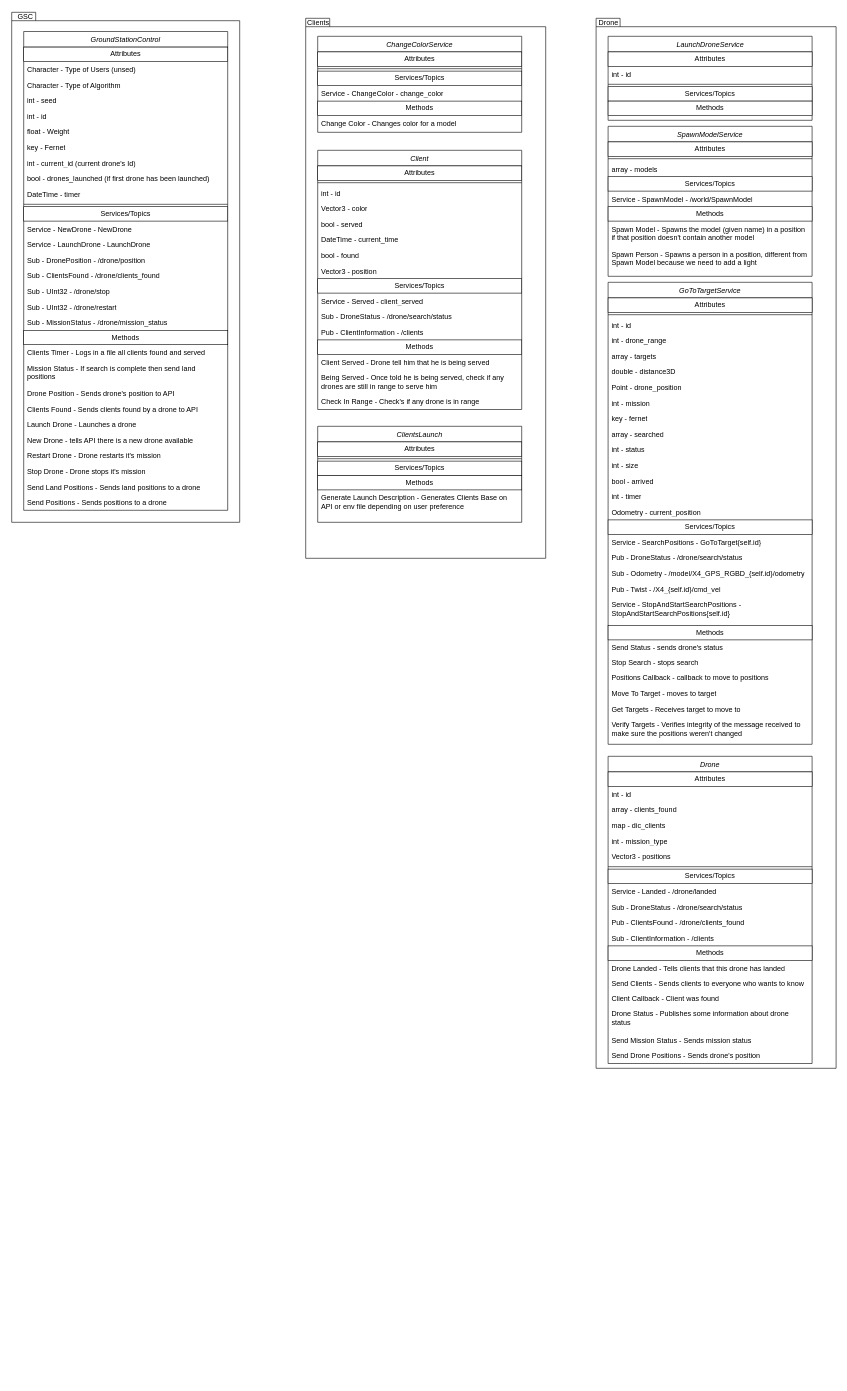
The draw.io diagram ros2.drawio in rfpg1/UML, before the edit. Source tidied: cells renumbered, new cells numbered last; positions are measured from the earlier drawing's top-left corner, leaving out a move shared by most shapes. Both pictures are drawn from the tidied source at 60%, with x=0, y=0 at pixel (10, 10).
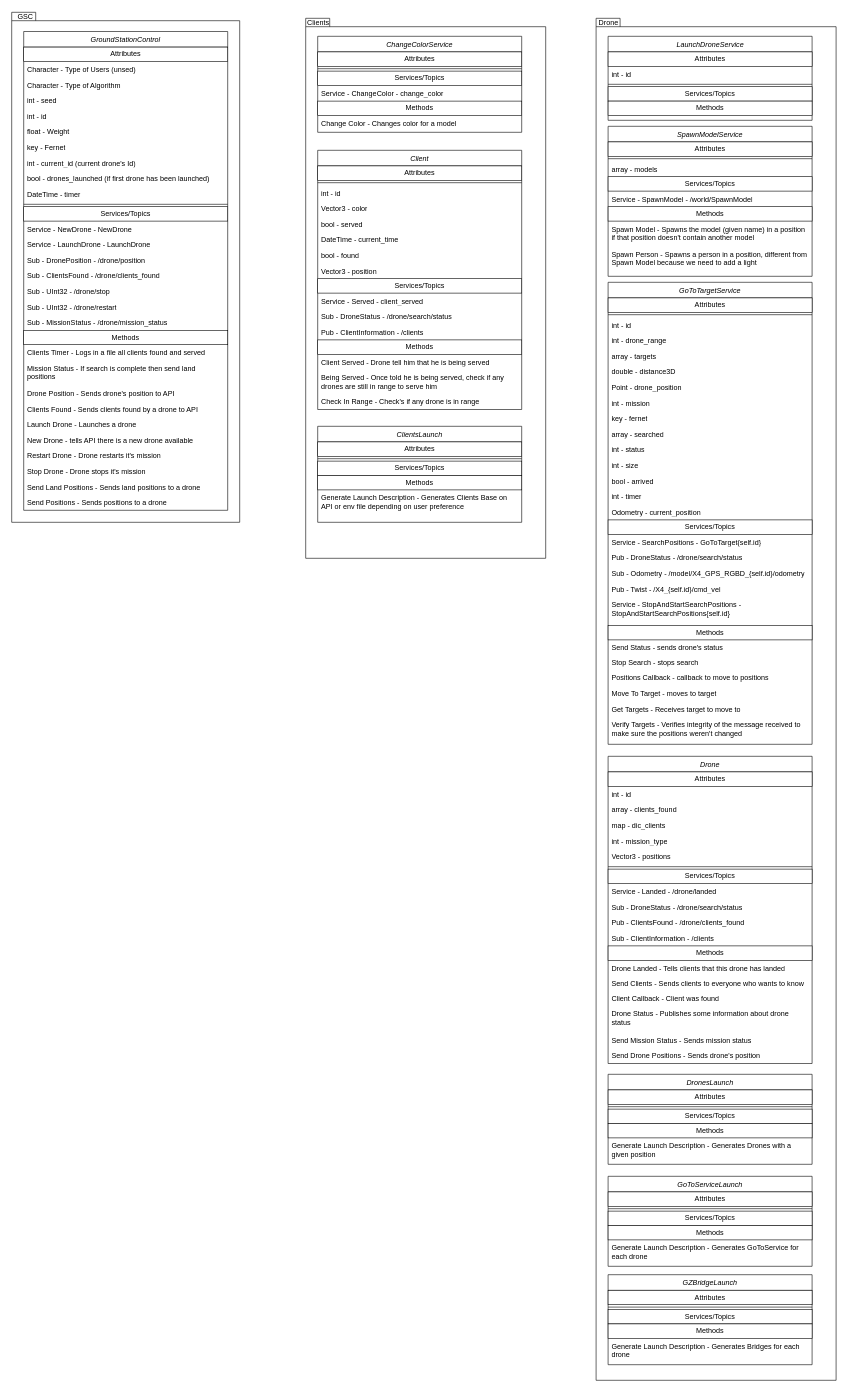
The same page after the edit.

Commit message:
Missed launches for drone

Diff of the diagram source:
```diff
@@
     <mxCell id="67" style="shape=folder;fontStyle=1;spacingTop=10;tabWidth=40;tabHeight=14;tabPosition=left;html=1;whiteSpace=wrap;fillColor=none;" parent="1" vertex="1">
-      <mxGeometry x="976" y="13" width="400" height="1750" as="geometry" />
+      <mxGeometry x="976" y="13" width="400" height="2270" as="geometry" />
     </mxCell>
@@
+    <mxCell id="133" value="DronesLaunch" style="swimlane;fontStyle=2;align=center;verticalAlign=top;horizontal=1;startSize=26;rounded=0;shadow=0;strokeWidth=1;" parent="1" vertex="1">
+      <mxGeometry x="996" y="1773" width="340" height="150" as="geometry" />
+    </mxCell>
+    <mxCell id="134" value="Attributes" style="html=1;whiteSpace=wrap;" parent="133" vertex="1">
+      <mxGeometry y="26" width="340" height="24" as="geometry" />
+    </mxCell>
+    <mxCell id="135" style="line;html=1;strokeWidth=1;align=left;verticalAlign=middle;spacingTop=-1;spacingLeft=3;spacingRight=3;labelPosition=right;" parent="133" vertex="1">
+      <mxGeometry y="50" width="340" height="8" as="geometry" />
+    </mxCell>
+    <mxCell id="136" value="Services/Topics" style="html=1;whiteSpace=wrap;" parent="133" vertex="1">
+      <mxGeometry y="58" width="340" height="24" as="geometry" />
+    </mxCell>
+    <mxCell id="137" value="Methods" style="html=1;whiteSpace=wrap;" parent="133" vertex="1">
+      <mxGeometry y="82" width="340" height="24" as="geometry" />
+    </mxCell>
+    <mxCell id="138" value="Generate Launch Description - Generates Drones with a given position" style="text;strokeColor=none;fillColor=none;align=left;verticalAlign=top;spacingLeft=4;spacingRight=4;overflow=hidden;whiteSpace=wrap;html=1;" parent="133" vertex="1">
+      <mxGeometry y="106" width="340" height="34" as="geometry" />
+    </mxCell>
+    <mxCell id="139" value="GZBridgeLaunch" style="swimlane;fontStyle=2;align=center;verticalAlign=top;horizontal=1;startSize=26;rounded=0;shadow=0;strokeWidth=1;" parent="1" vertex="1">
+      <mxGeometry x="996" y="2107" width="340" height="150" as="geometry" />
+    </mxCell>
+    <mxCell id="140" value="Attributes" style="html=1;whiteSpace=wrap;" parent="139" vertex="1">
+      <mxGeometry y="26" width="340" height="24" as="geometry" />
+    </mxCell>
+    <mxCell id="141" style="line;html=1;strokeWidth=1;align=left;verticalAlign=middle;spacingTop=-1;spacingLeft=3;spacingRight=3;labelPosition=right;" parent="139" vertex="1">
+      <mxGeometry y="50" width="340" height="8" as="geometry" />
+    </mxCell>
+    <mxCell id="142" value="Services/Topics" style="html=1;whiteSpace=wrap;" parent="139" vertex="1">
+      <mxGeometry y="58" width="340" height="24" as="geometry" />
+    </mxCell>
+    <mxCell id="143" value="Methods" style="html=1;whiteSpace=wrap;" parent="139" vertex="1">
+      <mxGeometry y="82" width="340" height="24" as="geometry" />
+    </mxCell>
+    <mxCell id="144" value="Generate Launch Description - Generates Bridges for each drone" style="text;strokeColor=none;fillColor=none;align=left;verticalAlign=top;spacingLeft=4;spacingRight=4;overflow=hidden;whiteSpace=wrap;html=1;" parent="139" vertex="1">
+      <mxGeometry y="106" width="340" height="44" as="geometry" />
+    </mxCell>
+    <mxCell id="145" value="GoToServiceLaunch" style="swimlane;fontStyle=2;align=center;verticalAlign=top;horizontal=1;startSize=26;rounded=0;shadow=0;strokeWidth=1;" parent="1" vertex="1">
+      <mxGeometry x="996" y="1943" width="340" height="150" as="geometry" />
+    </mxCell>
+    <mxCell id="146" value="Attributes" style="html=1;whiteSpace=wrap;" parent="145" vertex="1">
+      <mxGeometry y="26" width="340" height="24" as="geometry" />
+    </mxCell>
+    <mxCell id="147" style="line;html=1;strokeWidth=1;align=left;verticalAlign=middle;spacingTop=-1;spacingLeft=3;spacingRight=3;labelPosition=right;" parent="145" vertex="1">
+      <mxGeometry y="50" width="340" height="8" as="geometry" />
+    </mxCell>
+    <mxCell id="148" value="Services/Topics" style="html=1;whiteSpace=wrap;" parent="145" vertex="1">
+      <mxGeometry y="58" width="340" height="24" as="geometry" />
+    </mxCell>
+    <mxCell id="149" value="Methods" style="html=1;whiteSpace=wrap;" parent="145" vertex="1">
+      <mxGeometry y="82" width="340" height="24" as="geometry" />
+    </mxCell>
+    <mxCell id="150" value="Generate Launch Description - Generates GoToService for each drone" style="text;strokeColor=none;fillColor=none;align=left;verticalAlign=top;spacingLeft=4;spacingRight=4;overflow=hidden;whiteSpace=wrap;html=1;" parent="145" vertex="1">
+      <mxGeometry y="106" width="340" height="34" as="geometry" />
+    </mxCell>
```
